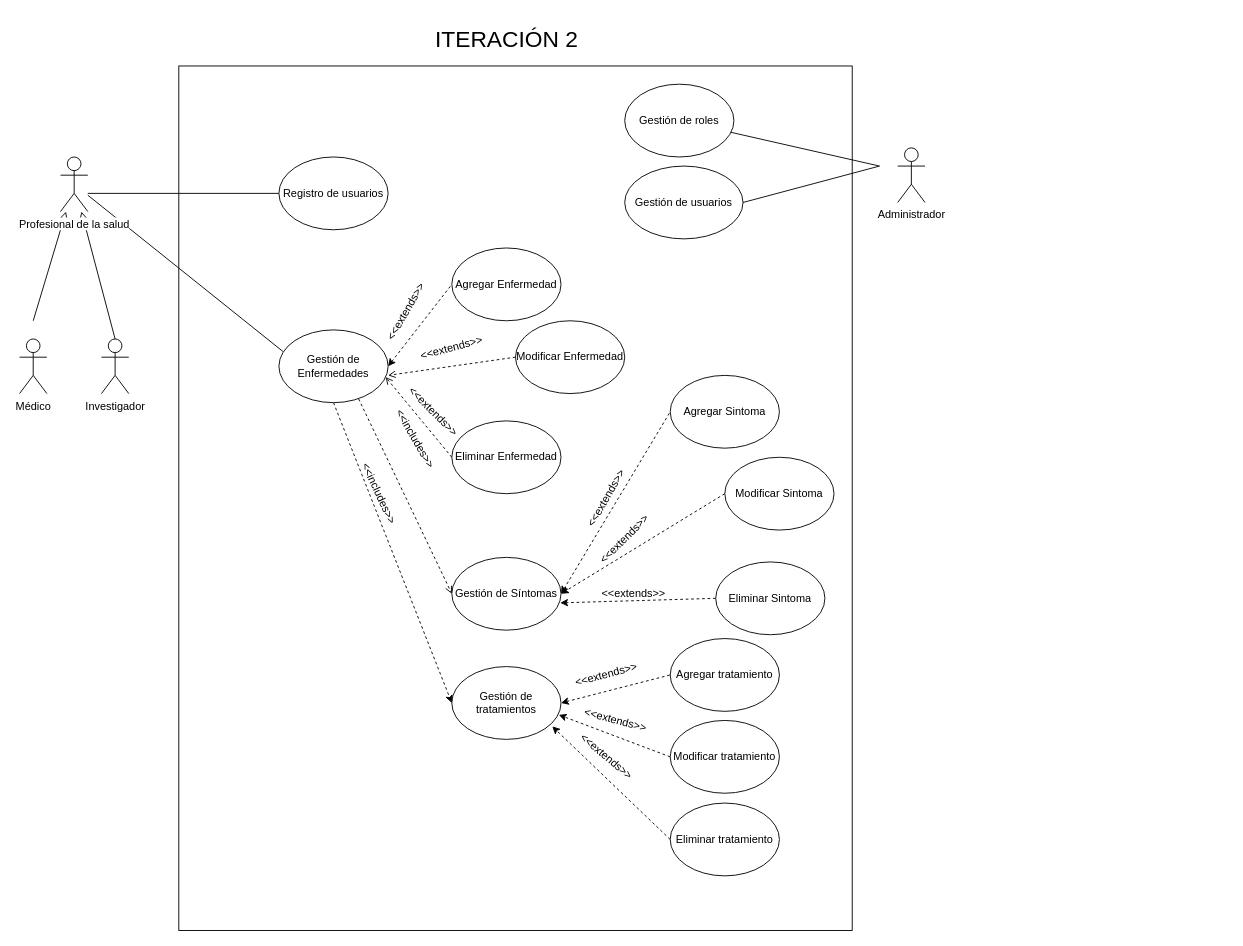
The draw.io diagram MET/CU-IT1.drawio in NeutronBlast/IS-Ex, before the edit. Source tidied: cells renumbered, new cells numbered last; positions are measured from the earlier drawing's top-left corner, leaving out a move shared by most shapes. Both pictures are drawn from the tidied source at 91%, with x=0, y=0 at pixel (19, 29).
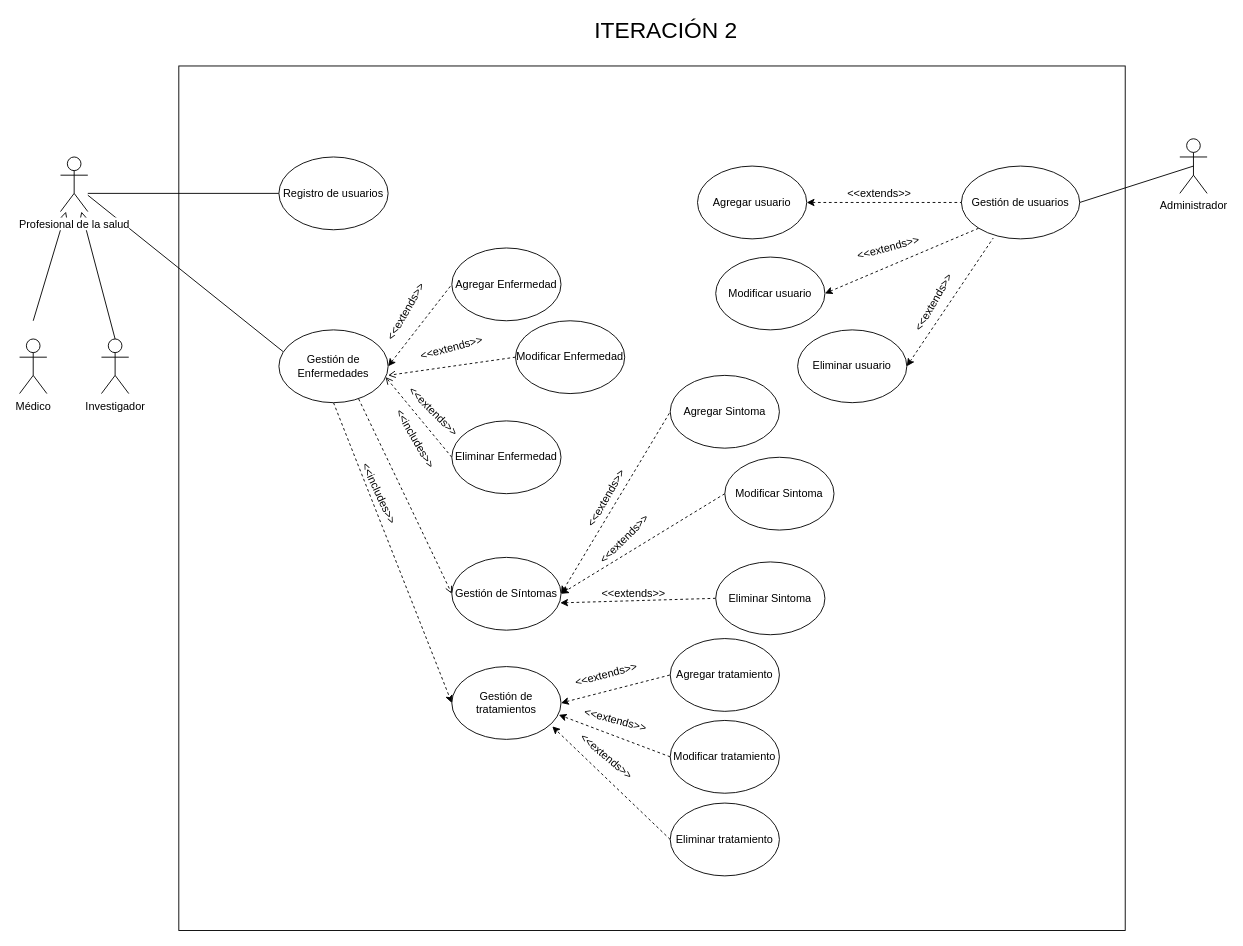
After the change.

Diff of the diagram source:
```diff
@@
     <mxCell id="2" style="whiteSpace=wrap;html=1;" parent="1" vertex="1">
-      <mxGeometry x="175" y="40" width="740" height="950" as="geometry" />
+      <mxGeometry x="175" y="40" width="1040" height="950" as="geometry" />
     </mxCell>
     <mxCell id="3" value="&lt;font style=&quot;font-size: 25px&quot;&gt;ITERACIÓN 2&lt;/font&gt;" style="text;html=1;align=center;verticalAlign=middle;" parent="1" vertex="1">
-      <mxGeometry x="450" width="170" height="20" as="geometry" />
+      <mxGeometry x="625" y="-10" width="170" height="20" as="geometry" />
     </mxCell>
     <mxCell id="4" value="Administrador" style="shape=umlActor;verticalLabelPosition=bottom;labelBackgroundColor=#ffffff;verticalAlign=top;html=1;outlineConnect=0;" parent="1" vertex="1">
-      <mxGeometry x="965" y="130" width="30" height="60" as="geometry" />
+      <mxGeometry x="1275" y="120" width="30" height="60" as="geometry" />
     </mxCell>
@@
-    <mxCell id="8" style="edgeStyle=none;rounded=0;jettySize=auto;html=1;startArrow=none;startFill=0;endArrow=none;endFill=0;" parent="1" edge="1" source="9">
-      <mxGeometry relative="1" as="geometry">
-        <mxPoint x="945" y="150" as="targetPoint" />
-      </mxGeometry>
-    </mxCell>
-    <mxCell id="9" value="Gestión de roles" style="ellipse;whiteSpace=wrap;html=1;" parent="1" vertex="1">
-      <mxGeometry x="665" y="60" width="120" height="80" as="geometry" />
-    </mxCell>
@@
     <mxCell id="49" value="Gestión de usuarios" style="ellipse;whiteSpace=wrap;html=1;" parent="1" vertex="1">
-      <mxGeometry x="665" y="150" width="130" height="80" as="geometry" />
+      <mxGeometry x="1035" y="150" width="130" height="80" as="geometry" />
     </mxCell>
-    <mxCell id="50" style="edgeStyle=none;rounded=0;jettySize=auto;html=1;startArrow=none;startFill=0;endArrow=none;endFill=0;exitX=1;exitY=0.5;exitDx=0;exitDy=0;" parent="1" edge="1" source="49">
-      <mxGeometry relative="1" as="geometry">
-        <mxPoint x="945" y="150" as="targetPoint" />
-      </mxGeometry>
+    <mxCell id="50" style="edgeStyle=none;rounded=0;jettySize=auto;html=1;startArrow=none;startFill=0;endArrow=none;endFill=0;exitX=1;exitY=0.5;exitDx=0;exitDy=0;entryX=0.5;entryY=0.5;entryDx=0;entryDy=0;entryPerimeter=0;" parent="1" edge="1" source="49" target="4">
+      <mxGeometry relative="1" as="geometry" />
     </mxCell>
+    <mxCell id="51" value="Agregar usuario" style="ellipse;whiteSpace=wrap;html=1;" parent="1" vertex="1">
+      <mxGeometry x="745" y="150" width="120" height="80" as="geometry" />
+    </mxCell>
+    <mxCell id="52" style="rounded=0;jettySize=auto;html=1;exitX=1;exitY=0.5;exitDx=0;exitDy=0;entryX=0;entryY=0.5;entryDx=0;entryDy=0;endArrow=none;endFill=0;startArrow=classic;startFill=1;dashed=1;" parent="1" edge="1" source="51" target="49">
+      <mxGeometry relative="1" as="geometry" />
+    </mxCell>
+    <mxCell id="53" value="&amp;lt;&amp;lt;extends&amp;gt;&amp;gt;" style="text;html=1;strokeColor=none;fillColor=none;align=center;verticalAlign=middle;whiteSpace=wrap;rounded=0;rotation=0;" parent="1" vertex="1">
+      <mxGeometry x="925" y="170" width="40" height="20" as="geometry" />
+    </mxCell>
+    <mxCell id="54" value="Modificar usuario" style="ellipse;whiteSpace=wrap;html=1;" parent="1" vertex="1">
+      <mxGeometry x="765" y="250" width="120" height="80" as="geometry" />
+    </mxCell>
+    <mxCell id="55" style="rounded=0;jettySize=auto;html=1;exitX=1;exitY=0.5;exitDx=0;exitDy=0;entryX=0;entryY=1;entryDx=0;entryDy=0;endArrow=none;endFill=0;startArrow=classic;startFill=1;dashed=1;" parent="1" edge="1" source="54" target="49">
+      <mxGeometry relative="1" as="geometry" />
+    </mxCell>
+    <mxCell id="56" value="&amp;lt;&amp;lt;extends&amp;gt;&amp;gt;" style="text;html=1;strokeColor=none;fillColor=none;align=center;verticalAlign=middle;whiteSpace=wrap;rounded=0;rotation=-15;" parent="1" vertex="1">
+      <mxGeometry x="935" y="230" width="40" height="20" as="geometry" />
+    </mxCell>
+    <mxCell id="57" value="Eliminar usuario" style="ellipse;whiteSpace=wrap;html=1;" parent="1" vertex="1">
+      <mxGeometry x="855" y="330" width="120" height="80" as="geometry" />
+    </mxCell>
+    <mxCell id="58" style="rounded=0;jettySize=auto;html=1;exitX=1;exitY=0.5;exitDx=0;exitDy=0;endArrow=none;endFill=0;startArrow=classic;startFill=1;dashed=1;entryX=0.269;entryY=0.988;entryDx=0;entryDy=0;entryPerimeter=0;" parent="1" edge="1" source="57" target="49">
+      <mxGeometry relative="1" as="geometry" />
+    </mxCell>
+    <mxCell id="59" value="&amp;lt;&amp;lt;extends&amp;gt;&amp;gt;" style="text;html=1;strokeColor=none;fillColor=none;align=center;verticalAlign=middle;whiteSpace=wrap;rounded=0;rotation=-60;" parent="1" vertex="1">
+      <mxGeometry x="985" y="290" width="40" height="20" as="geometry" />
+    </mxCell>
```
